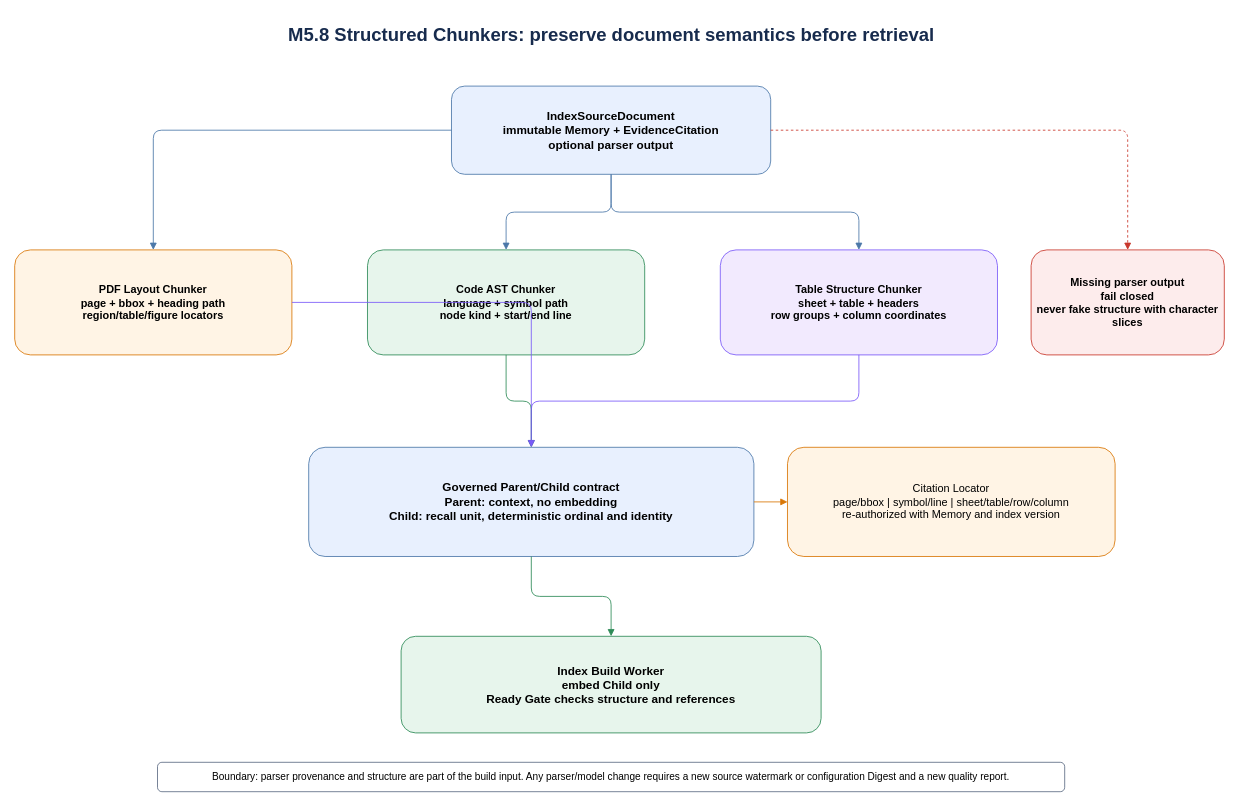
Before: page "24-M5.8 Structured Chunkers" (24 of 24) of FireFly-QuestLab-目标架构-v3.drawio in Qfish-417/Firefly, a draw.io diagram. Source tidied: cells renumbered, new cells numbered last; positions are measured from the earlier drawing's top-left corner, leaving out a move shared by most shapes. Both pictures are drawn from the tidied source at 84%, with x=0, y=0 at pixel (14, 14).
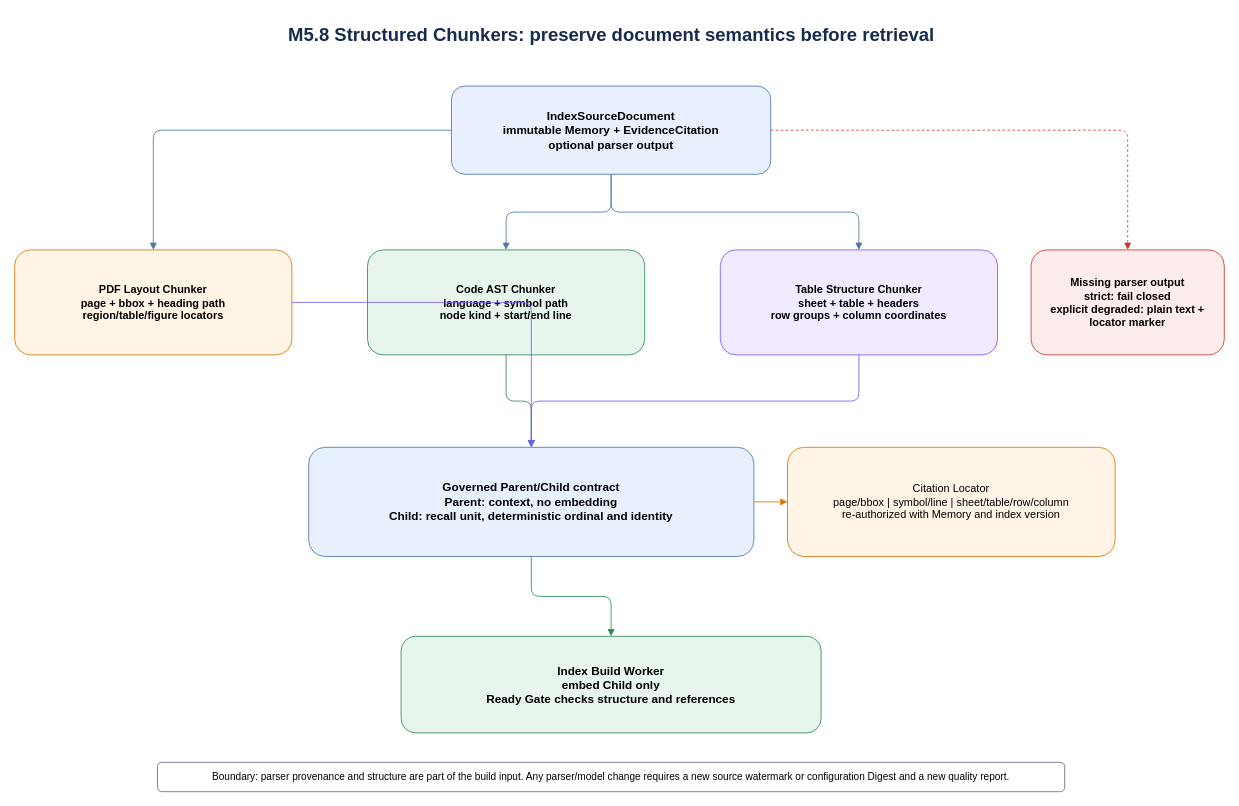
Above is the later version.

Commit message (it also covers changes not shown here):
feat(memory): add explicit parser degradation mode

Change to the diagram source:
```diff
@@
-    <mxCell id="7" value="Missing parser output&#10;fail closed&#10;never fake structure with character slices" style="rounded=1;whiteSpace=wrap;html=1;fillColor=#FDECEC;strokeColor=#C9372C;fontSize=13;fontStyle=1;" parent="1" vertex="1">
+    <mxCell id="7" value="Missing parser output&#10;strict: fail closed&#10;explicit degraded: plain text + locator marker" style="rounded=1;whiteSpace=wrap;html=1;fillColor=#FDECEC;strokeColor=#C9372C;fontSize=13;fontStyle=1;" parent="1" vertex="1">
       <mxGeometry x="1210" y="280" width="230" height="125" as="geometry" />
     </mxCell>
```
